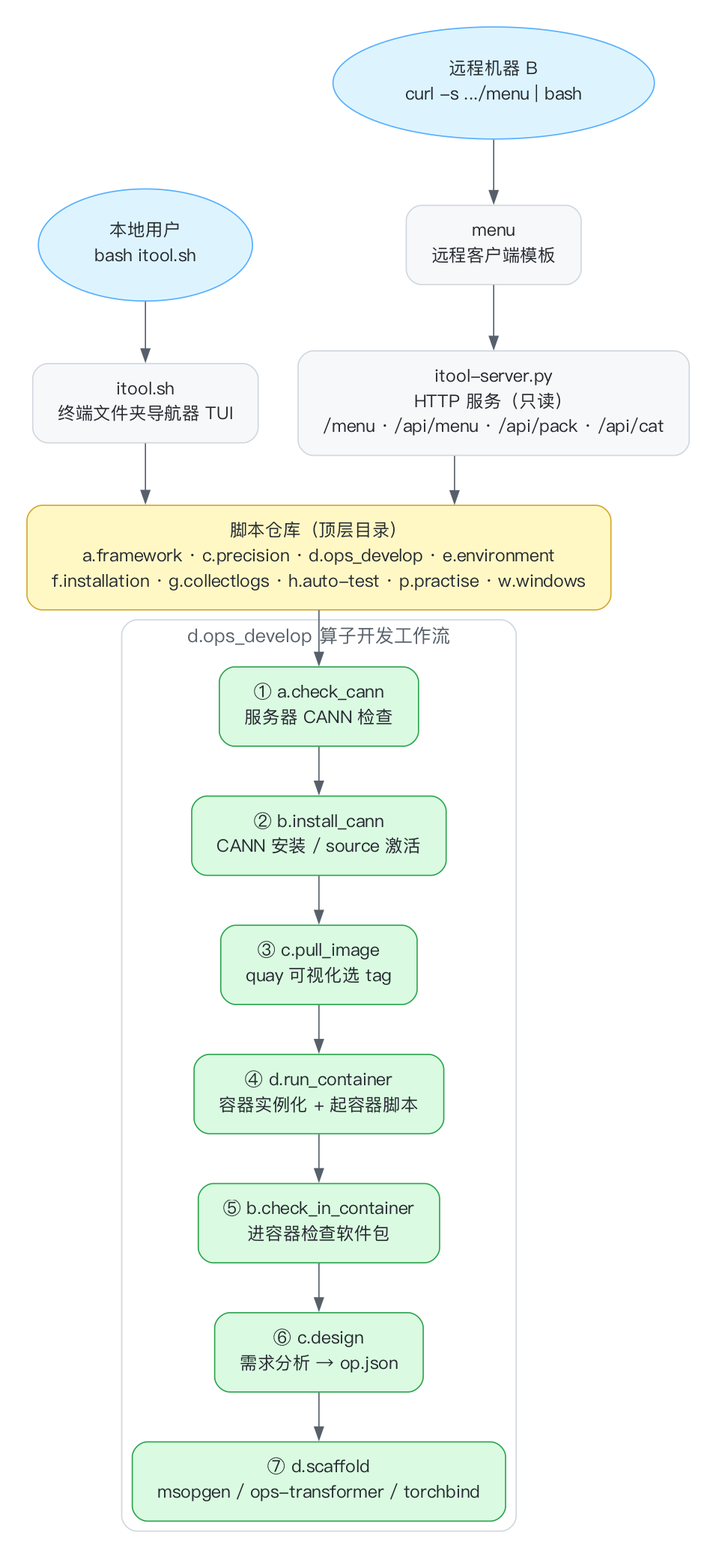
Above: docs/itool-flow.png in qqiushizi/itool (Graphviz), before the change. Its source is kept beside it as docs/itool-flow.dot.
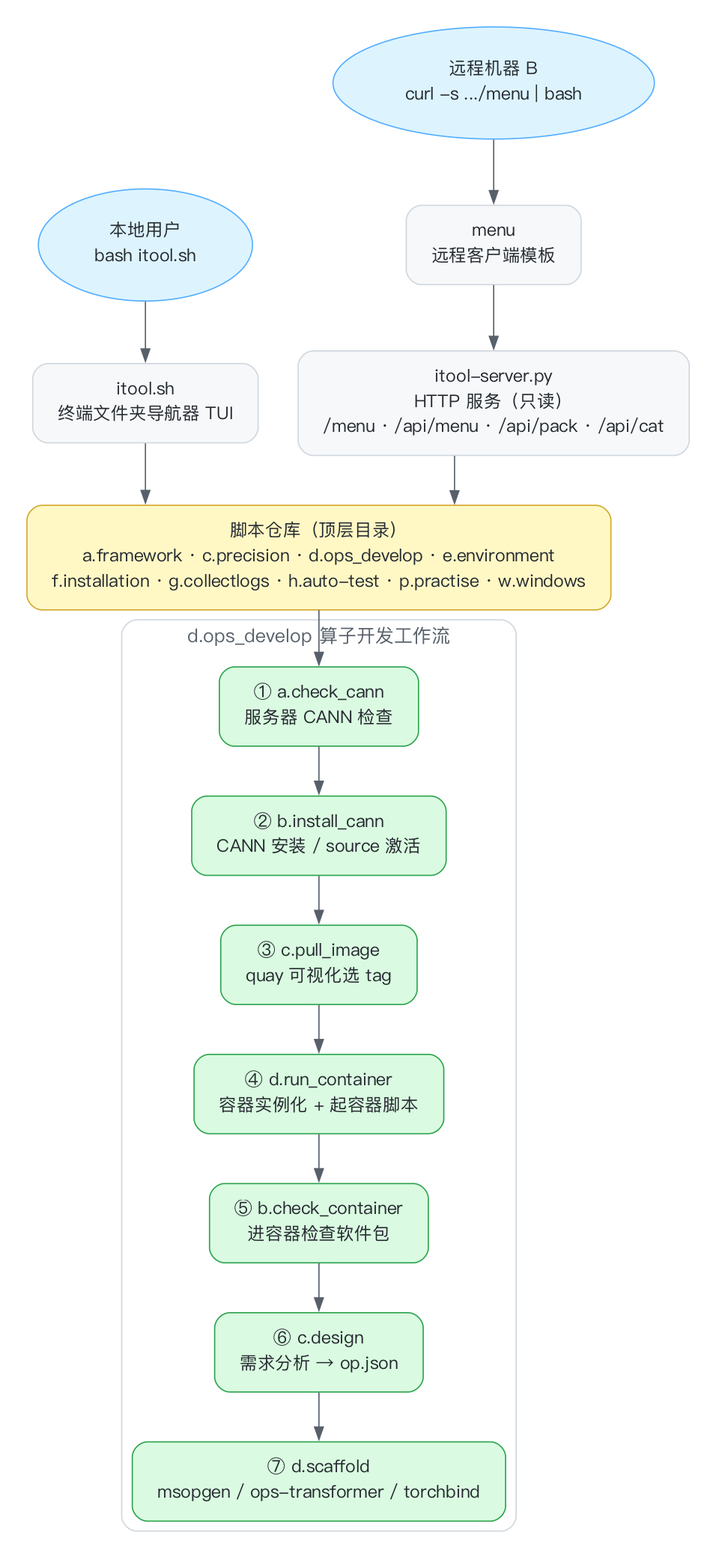
The same file after the commit.

Commit message:
refactor(ops_develop): 重命名 check_in_container -> check_container

Change to the diagram source:
```diff
@@ -45,7 +45,7 @@
     S2 [label="② b.install_cann\nCANN 安装 / source 激活", fillcolor="#dafbe1", color="#2da44e"];
     S3 [label="③ c.pull_image\nquay 可视化选 tag", fillcolor="#dafbe1", color="#2da44e"];
     S4 [label="④ d.run_container\n容器实例化 + 起容器脚本", fillcolor="#dafbe1", color="#2da44e"];
-    S5 [label="⑤ b.check_in_container\n进容器检查软件包", fillcolor="#dafbe1", color="#2da44e"];
+    S5 [label="⑤ b.check_container\n进容器检查软件包", fillcolor="#dafbe1", color="#2da44e"];
     S6 [label="⑥ c.design\n需求分析 → op.json", fillcolor="#dafbe1", color="#2da44e"];
     S7 [label="⑦ d.scaffold\nmsopgen / ops-transformer / torchbind", fillcolor="#dafbe1", color="#2da44e"];
   }
```
